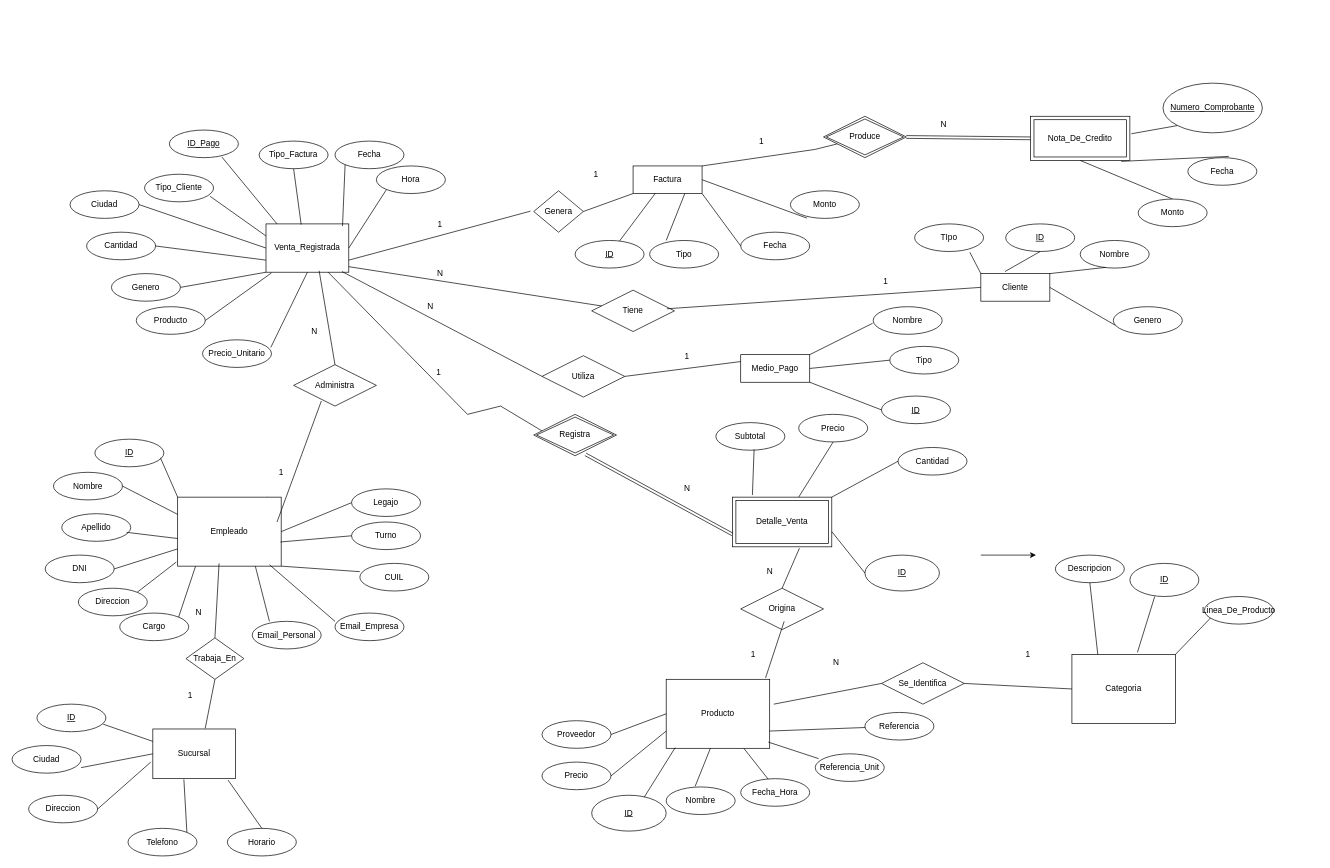
MirkoAhad/Aurora-DB keeps this draw.io diagram as DER.drawio. Above is the earlier version. Source tidied: cells renumbered, new cells numbered last; positions are measured from the earlier drawing's top-left corner, leaving out a move shared by most shapes. Both pictures are drawn from the tidied source at 69%, with x=0, y=0 at pixel (12, 17).
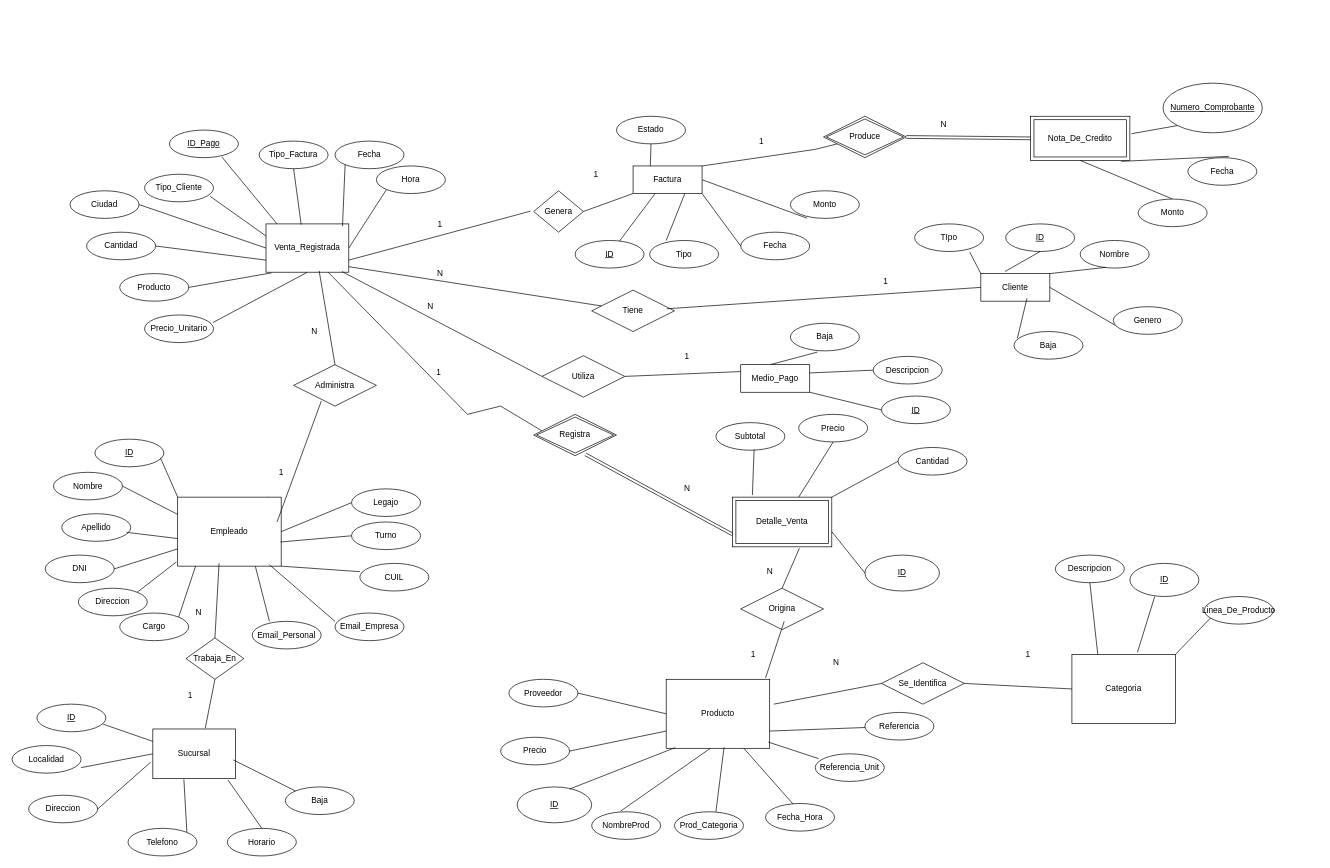
The same diagram, later.

Commit message:
cambie algunos detalles del DER

The change refers to these unchanged cells:
```xml
<mxCell id="2" value="Venta_Registrada" style="whiteSpace=wrap;html=1;align=center;perimeterSpacing=0;strokeWidth=1;" parent="1" vertex="1">
  <mxGeometry x="368" y="300" width="120" height="70" as="geometry" />
</mxCell>
<mxCell id="6" value="Cliente" style="whiteSpace=wrap;html=1;align=center;" parent="1" vertex="1">
  <mxGeometry x="1404" y="372" width="100" height="40" as="geometry" />
</mxCell>
<mxCell id="51" value="Producto" style="whiteSpace=wrap;html=1;align=center;" parent="1" vertex="1">
  <mxGeometry x="948" y="960" width="150" height="100" as="geometry" />
</mxCell>
<mxCell id="71" value="Sucursal" style="whiteSpace=wrap;html=1;align=center;" parent="1" vertex="1">
  <mxGeometry x="204" y="1032" width="120" height="72" as="geometry" />
</mxCell>
<mxCell id="85" value="Factura" style="whiteSpace=wrap;html=1;align=center;" parent="1" vertex="1">
  <mxGeometry x="900" y="216" width="100" height="40" as="geometry" />
</mxCell>
```

Change to the diagram source:
```diff
@@
     <mxCell id="9" value="ID" style="ellipse;whiteSpace=wrap;html=1;align=center;fontStyle=4;" parent="1" vertex="1">
-      <mxGeometry x="840" y="1128" width="108" height="52" as="geometry" />
+      <mxGeometry x="732" y="1116" width="108" height="52" as="geometry" />
     </mxCell>
-    <mxCell id="10" value="Genero" style="ellipse;whiteSpace=wrap;html=1;align=center;" parent="1" vertex="1">
-      <mxGeometry x="144" y="372" width="100" height="40" as="geometry" />
-    </mxCell>
@@
     <mxCell id="13" value="Precio_Unitario" style="ellipse;whiteSpace=wrap;html=1;align=center;" parent="1" vertex="1">
-      <mxGeometry x="276" y="468" width="100" height="40" as="geometry" />
+      <mxGeometry x="192" y="432" width="100" height="40" as="geometry" />
     </mxCell>
     <mxCell id="14" value="Producto" style="ellipse;whiteSpace=wrap;html=1;align=center;" parent="1" vertex="1">
-      <mxGeometry x="180" y="420" width="100" height="40" as="geometry" />
+      <mxGeometry x="156" y="372" width="100" height="40" as="geometry" />
     </mxCell>
@@
-    <mxCell id="16" value="Nombre" style="ellipse;whiteSpace=wrap;html=1;align=center;" parent="1" vertex="1">
-      <mxGeometry x="1248" y="420" width="100" height="40" as="geometry" />
+    <mxCell id="16" value="Descripcion" style="ellipse;whiteSpace=wrap;html=1;align=center;" parent="1" vertex="1">
+      <mxGeometry x="1248" y="492" width="100" height="40" as="geometry" />
     </mxCell>
@@
     <mxCell id="26" value="Medio_Pago" style="whiteSpace=wrap;html=1;align=center;" parent="1" vertex="1">
-      <mxGeometry x="1056" y="489.5" width="100" height="40" as="geometry" />
+      <mxGeometry x="1056" y="504" width="100" height="40" as="geometry" />
     </mxCell>
@@
-    <mxCell id="28" value="Tipo" style="ellipse;whiteSpace=wrap;html=1;align=center;" parent="1" vertex="1">
-      <mxGeometry x="1272" y="477.5" width="100" height="40" as="geometry" />
-    </mxCell>
@@
     <mxCell id="56" value="Precio" style="ellipse;whiteSpace=wrap;html=1;align=center;" parent="1" vertex="1">
-      <mxGeometry x="768" y="1080" width="100" height="40" as="geometry" />
+      <mxGeometry x="708" y="1044" width="100" height="40" as="geometry" />
     </mxCell>
@@
-    <mxCell id="58" value="Nombre" style="ellipse;whiteSpace=wrap;html=1;align=center;" parent="1" vertex="1">
-      <mxGeometry x="948" y="1116" width="100" height="40" as="geometry" />
+    <mxCell id="58" value="NombreProd" style="ellipse;whiteSpace=wrap;html=1;align=center;" parent="1" vertex="1">
+      <mxGeometry x="840" y="1152" width="100" height="40" as="geometry" />
     </mxCell>
@@
     <mxCell id="60" value="Fecha_Hora" style="ellipse;whiteSpace=wrap;html=1;align=center;" parent="1" vertex="1">
-      <mxGeometry x="1056" y="1104" width="100" height="40" as="geometry" />
+      <mxGeometry x="1092" y="1140" width="100" height="40" as="geometry" />
     </mxCell>
     <mxCell id="61" value="Proveedor" style="ellipse;whiteSpace=wrap;html=1;align=center;" parent="1" vertex="1">
-      <mxGeometry x="768" y="1020" width="100" height="40" as="geometry" />
+      <mxGeometry x="720" y="960" width="100" height="40" as="geometry" />
     </mxCell>
@@
-    <mxCell id="73" value="Ciudad" style="ellipse;whiteSpace=wrap;html=1;align=center;" parent="1" vertex="1">
+    <mxCell id="73" value="Localidad" style="ellipse;whiteSpace=wrap;html=1;align=center;" parent="1" vertex="1">
       <mxGeometry y="1056" width="100" height="40" as="geometry" />
     </mxCell>
@@
-    <mxCell id="101" style="endArrow=none;html=1;rounded=0;entryX=-0.008;entryY=0.638;entryDx=0;entryDy=0;entryPerimeter=0;exitX=1;exitY=0;exitDx=0;exitDy=0;" parent="1" edge="1" source="26">
+    <mxCell id="101" style="endArrow=none;html=1;rounded=0;entryX=0;entryY=0.5;entryDx=0;entryDy=0;exitX=1;exitY=0;exitDx=0;exitDy=0;" parent="1" edge="1" target="16">
       <mxGeometry relative="1" as="geometry">
-        <mxPoint x="1247.2" y="444" as="targetPoint" />
+        <mxPoint x="1156" y="516" as="sourcePoint" />
       </mxGeometry>
     </mxCell>
-    <mxCell id="102" style="endArrow=none;html=1;rounded=0;entryX=0;entryY=0.5;entryDx=0;entryDy=0;exitX=1;exitY=0.5;exitDx=0;exitDy=0;" parent="1" edge="1" source="26" target="28">
-      <mxGeometry relative="1" as="geometry" />
-    </mxCell>
@@
-    <mxCell id="149" style="endArrow=none;html=1;rounded=0;entryX=0;entryY=1;entryDx=0;entryDy=0;exitX=1;exitY=0.5;exitDx=0;exitDy=0;" parent="1" edge="1" source="10" target="2">
-      <mxGeometry relative="1" as="geometry" />
-    </mxCell>
@@
-    <mxCell id="164" style="edgeStyle=none;orthogonalLoop=1;jettySize=auto;html=1;rounded=0;" parent="1" edge="1">
-      <mxGeometry relative="1" as="geometry">
-        <mxPoint x="1404" y="780" as="sourcePoint" />
-        <mxPoint x="1484" y="780" as="targetPoint" />
-      </mxGeometry>
-    </mxCell>
@@
+    <mxCell id="168" value="Baja" style="ellipse;whiteSpace=wrap;html=1;align=center;" parent="1" vertex="1">
+      <mxGeometry x="396" y="1116" width="100" height="40" as="geometry" />
+    </mxCell>
+    <mxCell id="169" style="endArrow=none;html=1;rounded=0;entryX=0;entryY=0;entryDx=0;entryDy=0;exitX=0.971;exitY=0.622;exitDx=0;exitDy=0;exitPerimeter=0;" parent="1" edge="1" source="71" target="168">
+      <mxGeometry relative="1" as="geometry" />
+    </mxCell>
+    <mxCell id="170" value="Baja" style="ellipse;whiteSpace=wrap;html=1;align=center;" parent="1" vertex="1">
+      <mxGeometry x="1452" y="456" width="100" height="40" as="geometry" />
+    </mxCell>
+    <mxCell id="171" style="endArrow=none;html=1;rounded=0;entryX=0.049;entryY=0.249;entryDx=0;entryDy=0;entryPerimeter=0;exitX=0.668;exitY=0.901;exitDx=0;exitDy=0;exitPerimeter=0;" parent="1" edge="1" source="6" target="170">
+      <mxGeometry relative="1" as="geometry" />
+    </mxCell>
+    <mxCell id="172" value="Baja" style="ellipse;whiteSpace=wrap;html=1;align=center;" parent="1" vertex="1">
+      <mxGeometry x="1128" y="444" width="100" height="40" as="geometry" />
+    </mxCell>
+    <mxCell id="173" style="endArrow=none;html=1;rounded=0;entryX=0.393;entryY=1.043;entryDx=0;entryDy=0;entryPerimeter=0;exitX=0.433;exitY=-0.004;exitDx=0;exitDy=0;exitPerimeter=0;" parent="1" edge="1" source="26" target="172">
+      <mxGeometry relative="1" as="geometry" />
+    </mxCell>
+    <mxCell id="174" value="Estado" style="ellipse;whiteSpace=wrap;html=1;align=center;" parent="1" vertex="1">
+      <mxGeometry x="876" y="144" width="100" height="40" as="geometry" />
+    </mxCell>
+    <mxCell id="175" style="endArrow=none;html=1;rounded=0;entryX=0.5;entryY=1;entryDx=0;entryDy=0;exitX=0.25;exitY=0;exitDx=0;exitDy=0;" parent="1" edge="1" source="85" target="174">
+      <mxGeometry relative="1" as="geometry" />
+    </mxCell>
+    <mxCell id="176" value="Prod_Categoria" style="ellipse;whiteSpace=wrap;html=1;align=center;" parent="1" vertex="1">
+      <mxGeometry x="960" y="1152" width="100" height="40" as="geometry" />
+    </mxCell>
+    <mxCell id="177" style="endArrow=none;html=1;rounded=0;entryX=0.559;entryY=0.986;entryDx=0;entryDy=0;entryPerimeter=0;exitX=0.6;exitY=0;exitDx=0;exitDy=0;exitPerimeter=0;" parent="1" edge="1" source="176" target="51">
+      <mxGeometry relative="1" as="geometry" />
+    </mxCell>
```
